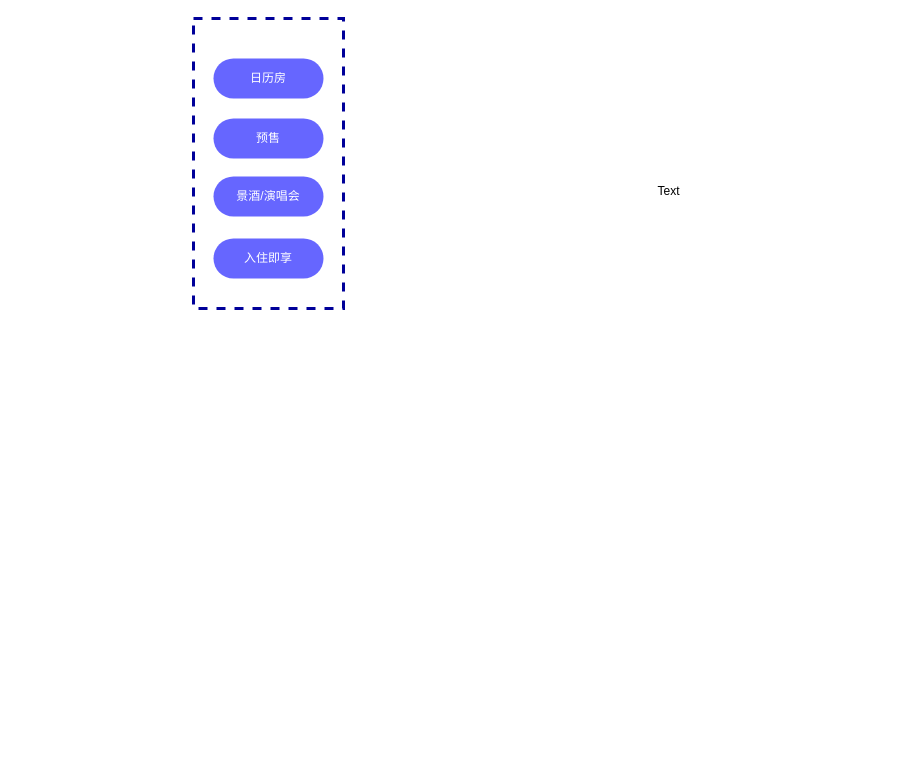
nbnbnb/Draw keeps this draw.io diagram as 商品统一架构.drawio. Above is the earlier version. Source tidied: cells renumbered, new cells numbered last; positions are measured from the earlier drawing's top-left corner, leaving out a move shared by most shapes. Both pictures are drawn from the tidied source at 100%, with x=0, y=0 at pixel (193, 18).
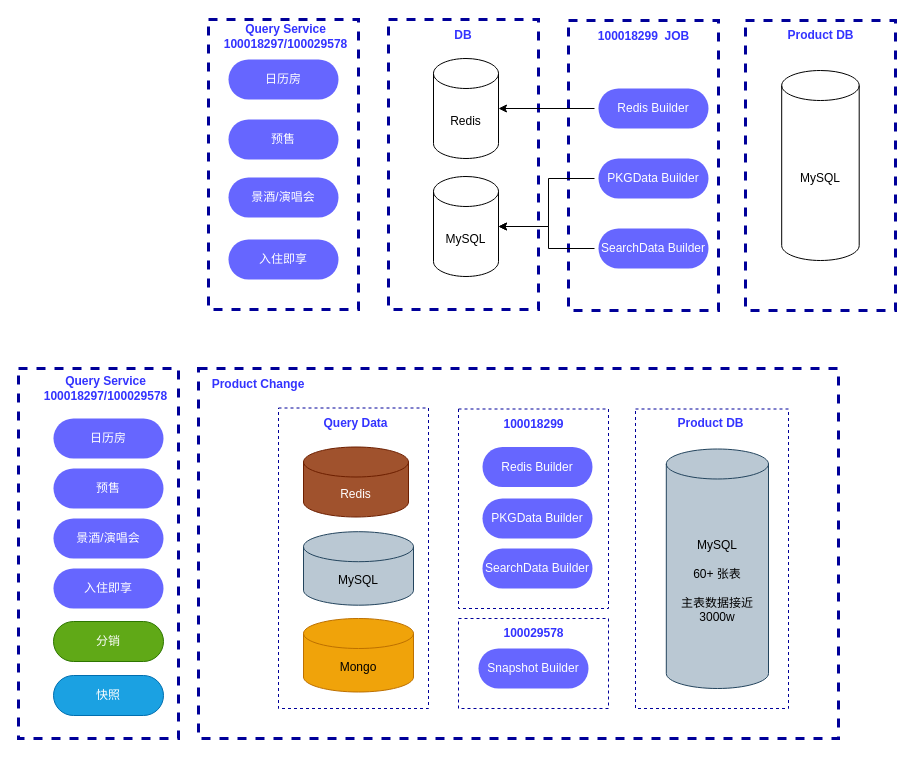
After the change.

Commit message (it also covers changes not shown here):
更新商品统一架构.drawio

Change to the diagram source:
```diff
@@
+    <mxCell id="8" style="rounded=0;whiteSpace=wrap;html=1;fillColor=none;dashed=1;strokeWidth=3;strokeColor=#000099;" parent="1" vertex="1">
+      <mxGeometry x="5" y="350" width="640" height="370" as="geometry" />
+    </mxCell>
     <mxCell id="2" style="rounded=0;whiteSpace=wrap;html=1;fillColor=none;dashed=1;strokeWidth=3;strokeColor=#000099;" parent="1" vertex="1">
-      <mxGeometry width="150" height="290" as="geometry" />
+      <mxGeometry x="-175" y="350" width="160" height="370" as="geometry" />
     </mxCell>
     <mxCell id="3" value="&lt;font color=&quot;#ffffff&quot;&gt;日历房&lt;/font&gt;" style="rounded=1;whiteSpace=wrap;html=1;perimeterSpacing=4;fillColor=#6666FF;strokeColor=none;strokeWidth=1;arcSize=50;imageAspect=0;" parent="1" vertex="1">
-      <mxGeometry x="20" y="40" width="110" height="40" as="geometry" />
+      <mxGeometry x="-140" y="400" width="110" height="40" as="geometry" />
     </mxCell>
-    <mxCell id="4" value="Text" style="text;html=1;align=center;verticalAlign=middle;strokeColor=none;fillColor=none;" parent="1" vertex="1">
-      <mxGeometry x="450" y="158" width="50" height="30" as="geometry" />
-    </mxCell>
     <mxCell id="5" value="&lt;font color=&quot;#ffffff&quot;&gt;预售&lt;/font&gt;" style="rounded=1;whiteSpace=wrap;html=1;perimeterSpacing=4;fillColor=#6666FF;strokeColor=none;strokeWidth=1;arcSize=50;imageAspect=0;" parent="1" vertex="1">
-      <mxGeometry x="20" y="100" width="110" height="40" as="geometry" />
+      <mxGeometry x="-140" y="450" width="110" height="40" as="geometry" />
     </mxCell>
     <mxCell id="6" value="&lt;font color=&quot;#ffffff&quot;&gt;景酒/演唱会&lt;/font&gt;" style="rounded=1;whiteSpace=wrap;html=1;perimeterSpacing=4;fillColor=#6666FF;strokeColor=none;strokeWidth=1;arcSize=50;imageAspect=0;" parent="1" vertex="1">
-      <mxGeometry x="20" y="158" width="110" height="40" as="geometry" />
+      <mxGeometry x="-140" y="500" width="110" height="40" as="geometry" />
     </mxCell>
     <mxCell id="7" value="&lt;font color=&quot;#ffffff&quot;&gt;入住即享&lt;/font&gt;" style="rounded=1;whiteSpace=wrap;html=1;perimeterSpacing=4;fillColor=#6666FF;strokeColor=none;strokeWidth=1;arcSize=50;imageAspect=0;" parent="1" vertex="1">
-      <mxGeometry x="20" y="220" width="110" height="40" as="geometry" />
+      <mxGeometry x="-140" y="550" width="110" height="40" as="geometry" />
     </mxCell>
+    <mxCell id="9" value="Query Service&lt;div&gt;100018297/100029578&lt;/div&gt;" style="text;html=1;align=center;verticalAlign=middle;whiteSpace=wrap;rounded=0;fontStyle=1;fontSize=12;fillColor=none;fontColor=#3333FF;" parent="1" vertex="1">
+      <mxGeometry x="-140" y="355.8" width="105" height="29" as="geometry" />
+    </mxCell>
+    <mxCell id="10" style="rounded=0;whiteSpace=wrap;html=1;fillColor=none;dashed=1;strokeWidth=3;strokeColor=#000099;" parent="1" vertex="1">
+      <mxGeometry x="195" y="1" width="150" height="290" as="geometry" />
+    </mxCell>
+    <mxCell id="11" value="Redis" style="shape=cylinder3;whiteSpace=wrap;html=1;boundedLbl=1;backgroundOutline=1;size=15;" parent="1" vertex="1">
+      <mxGeometry x="240" y="40" width="65" height="100" as="geometry" />
+    </mxCell>
+    <mxCell id="12" value="DB" style="text;html=1;align=center;verticalAlign=middle;whiteSpace=wrap;rounded=0;fontColor=#3333FF;fontStyle=1;fontSize=12;" parent="1" vertex="1">
+      <mxGeometry x="240" y="2" width="60" height="30" as="geometry" />
+    </mxCell>
+    <mxCell id="13" style="rounded=0;whiteSpace=wrap;html=1;fillColor=none;dashed=1;strokeWidth=3;strokeColor=#000099;" parent="1" vertex="1">
+      <mxGeometry x="375" y="2" width="150" height="290" as="geometry" />
+    </mxCell>
+    <mxCell id="14" value="100018299&amp;nbsp; JOB" style="text;html=1;align=center;verticalAlign=middle;whiteSpace=wrap;rounded=0;fontColor=#3333FF;fontStyle=1;fontSize=12;fontFamily=Helvetica;" parent="1" vertex="1">
+      <mxGeometry x="397.5" y="3" width="105" height="29" as="geometry" />
+    </mxCell>
+    <mxCell id="15" value="&lt;font color=&quot;#ffffff&quot;&gt;PKGData Builder&lt;/font&gt;" style="rounded=1;whiteSpace=wrap;html=1;perimeterSpacing=4;fillColor=#6666FF;strokeColor=none;strokeWidth=1;arcSize=50;imageAspect=0;" parent="1" vertex="1">
+      <mxGeometry x="405" y="140" width="110" height="40" as="geometry" />
+    </mxCell>
+    <mxCell id="16" style="edgeStyle=orthogonalEdgeStyle;rounded=0;jettySize=auto;html=1;" parent="1" edge="1" source="17" target="18">
+      <mxGeometry relative="1" as="geometry" />
+    </mxCell>
+    <mxCell id="17" value="&lt;font color=&quot;#ffffff&quot;&gt;SearchData Builder&lt;/font&gt;" style="rounded=1;whiteSpace=wrap;html=1;perimeterSpacing=4;fillColor=#6666FF;strokeColor=none;strokeWidth=1;arcSize=50;imageAspect=0;" parent="1" vertex="1">
+      <mxGeometry x="405" y="210" width="110" height="40" as="geometry" />
+    </mxCell>
+    <mxCell id="18" value="MySQL" style="shape=cylinder3;whiteSpace=wrap;html=1;boundedLbl=1;backgroundOutline=1;size=15;" parent="1" vertex="1">
+      <mxGeometry x="240" y="158" width="65" height="100" as="geometry" />
+    </mxCell>
+    <mxCell id="19" value="&lt;font color=&quot;#ffffff&quot;&gt;Redis Builder&lt;/font&gt;" style="rounded=1;whiteSpace=wrap;html=1;perimeterSpacing=4;fillColor=#6666FF;strokeColor=none;strokeWidth=1;arcSize=50;imageAspect=0;" parent="1" vertex="1">
+      <mxGeometry x="405" y="70" width="110" height="40" as="geometry" />
+    </mxCell>
+    <mxCell id="20" style="edgeStyle=orthogonalEdgeStyle;rounded=0;jettySize=auto;html=1;entryX=1;entryY=0.5;entryDx=0;entryDy=0;entryPerimeter=0;" parent="1" edge="1" source="19" target="11">
+      <mxGeometry relative="1" as="geometry" />
+    </mxCell>
+    <mxCell id="21" style="rounded=0;whiteSpace=wrap;html=1;fillColor=none;dashed=1;strokeWidth=3;strokeColor=#000099;" parent="1" vertex="1">
+      <mxGeometry x="552" y="2" width="150" height="290" as="geometry" />
+    </mxCell>
+    <mxCell id="22" value="MySQL" style="shape=cylinder3;whiteSpace=wrap;html=1;boundedLbl=1;backgroundOutline=1;size=15;" parent="1" vertex="1">
+      <mxGeometry x="588.2" y="52" width="77.5" height="190" as="geometry" />
+    </mxCell>
+    <mxCell id="23" value="Product DB" style="text;html=1;align=center;verticalAlign=middle;whiteSpace=wrap;rounded=0;fontColor=#3333FF;fontStyle=1;fontSize=12;" parent="1" vertex="1">
+      <mxGeometry x="574.5" y="2" width="105" height="29" as="geometry" />
+    </mxCell>
+    <mxCell id="24" style="edgeStyle=orthogonalEdgeStyle;rounded=0;jettySize=auto;html=1;entryX=1;entryY=0.5;entryDx=0;entryDy=0;entryPerimeter=0;" parent="1" edge="1" source="15" target="18">
+      <mxGeometry relative="1" as="geometry" />
+    </mxCell>
+    <mxCell id="25" style="rounded=0;whiteSpace=wrap;html=1;fillColor=none;dashed=1;strokeWidth=1;strokeColor=#000099;" parent="1" vertex="1">
+      <mxGeometry x="85" y="389.5" width="150" height="300.5" as="geometry" />
+    </mxCell>
+    <mxCell id="26" value="Redis" style="shape=cylinder3;whiteSpace=wrap;html=1;boundedLbl=1;backgroundOutline=1;size=15;fillColor=#a0522d;fontColor=#ffffff;strokeColor=#6D1F00;" parent="1" vertex="1">
+      <mxGeometry x="110" y="428.5" width="105" height="70" as="geometry" />
+    </mxCell>
+    <mxCell id="27" value="Query Data" style="text;html=1;align=center;verticalAlign=middle;whiteSpace=wrap;rounded=0;fontColor=#3333FF;fontStyle=1;fontSize=12;" parent="1" vertex="1">
+      <mxGeometry x="120" y="395.2" width="85" height="19.5" as="geometry" />
+    </mxCell>
+    <mxCell id="28" style="rounded=0;whiteSpace=wrap;html=1;fillColor=none;dashed=1;strokeWidth=1;strokeColor=#000099;" parent="1" vertex="1">
+      <mxGeometry x="265" y="390.5" width="150" height="199.5" as="geometry" />
+    </mxCell>
+    <mxCell id="29" value="100018299" style="text;html=1;align=center;verticalAlign=middle;whiteSpace=wrap;rounded=0;fontColor=#3333FF;fontStyle=1;fontSize=12;" parent="1" vertex="1">
+      <mxGeometry x="287.5" y="391.5" width="105" height="29" as="geometry" />
+    </mxCell>
+    <mxCell id="30" value="&lt;font color=&quot;#ffffff&quot;&gt;PKGData Builder&lt;/font&gt;" style="rounded=1;whiteSpace=wrap;html=1;perimeterSpacing=4;fillColor=#6666FF;strokeColor=none;strokeWidth=1;arcSize=50;imageAspect=0;" parent="1" vertex="1">
+      <mxGeometry x="289" y="480" width="110" height="40" as="geometry" />
+    </mxCell>
+    <mxCell id="31" value="&lt;font color=&quot;#ffffff&quot;&gt;SearchData Builder&lt;/font&gt;" style="rounded=1;whiteSpace=wrap;html=1;perimeterSpacing=4;fillColor=#6666FF;strokeColor=none;strokeWidth=1;arcSize=50;imageAspect=0;" parent="1" vertex="1">
+      <mxGeometry x="289" y="530" width="110" height="40" as="geometry" />
+    </mxCell>
+    <mxCell id="32" value="MySQL" style="shape=cylinder3;whiteSpace=wrap;html=1;boundedLbl=1;backgroundOutline=1;size=15;fillColor=#bac8d3;strokeColor=#23445d;" parent="1" vertex="1">
+      <mxGeometry x="110" y="513.2" width="110" height="73.5" as="geometry" />
+    </mxCell>
+    <mxCell id="33" value="&lt;font color=&quot;#ffffff&quot;&gt;Redis Builder&lt;/font&gt;" style="rounded=1;whiteSpace=wrap;html=1;perimeterSpacing=4;fillColor=#6666FF;strokeColor=none;strokeWidth=1;arcSize=50;imageAspect=0;" parent="1" vertex="1">
+      <mxGeometry x="289" y="428.5" width="110" height="40" as="geometry" />
+    </mxCell>
+    <mxCell id="34" style="rounded=0;whiteSpace=wrap;html=1;fillColor=none;dashed=1;strokeWidth=1;strokeColor=#000099;" parent="1" vertex="1">
+      <mxGeometry x="442" y="390.5" width="153" height="299.5" as="geometry" />
+    </mxCell>
+    <mxCell id="35" value="MySQL&lt;div&gt;&lt;br&gt;&lt;div&gt;60+ 张表&lt;/div&gt;&lt;div&gt;&lt;br&gt;&lt;/div&gt;&lt;div&gt;主表数据接近3000w&lt;/div&gt;&lt;/div&gt;" style="shape=cylinder3;whiteSpace=wrap;html=1;boundedLbl=1;backgroundOutline=1;size=15;fillColor=#bac8d3;strokeColor=#23445d;" parent="1" vertex="1">
+      <mxGeometry x="472.8" y="430.5" width="102.2" height="239.5" as="geometry" />
+    </mxCell>
+    <mxCell id="36" value="Product DB" style="text;html=1;align=center;verticalAlign=middle;whiteSpace=wrap;rounded=0;fontColor=#3333FF;fontStyle=1;fontSize=12;" parent="1" vertex="1">
+      <mxGeometry x="464.5" y="390.5" width="105" height="29" as="geometry" />
+    </mxCell>
+    <mxCell id="37" value="Product Change" style="text;html=1;align=center;verticalAlign=middle;whiteSpace=wrap;rounded=0;fontColor=#3333FF;fontStyle=1;fontSize=12;" parent="1" vertex="1">
+      <mxGeometry x="-15" y="355.8" width="160" height="19.5" as="geometry" />
+    </mxCell>
+    <mxCell id="38" style="rounded=0;whiteSpace=wrap;html=1;fillColor=none;dashed=1;strokeWidth=1;strokeColor=#000099;" parent="1" vertex="1">
+      <mxGeometry x="265" y="600" width="150" height="90" as="geometry" />
+    </mxCell>
+    <mxCell id="39" value="100029578" style="text;html=1;align=center;verticalAlign=middle;whiteSpace=wrap;rounded=0;fontColor=#3333FF;fontStyle=1;fontSize=12;" parent="1" vertex="1">
+      <mxGeometry x="280.5" y="600" width="119" height="30" as="geometry" />
+    </mxCell>
+    <mxCell id="40" value="&lt;font color=&quot;#ffffff&quot;&gt;Snapshot Builder&lt;/font&gt;" style="rounded=1;whiteSpace=wrap;html=1;perimeterSpacing=4;fillColor=#6666FF;strokeColor=none;strokeWidth=1;arcSize=50;imageAspect=0;" parent="1" vertex="1">
+      <mxGeometry x="285" y="630" width="110" height="40" as="geometry" />
+    </mxCell>
+    <mxCell id="41" value="Mongo" style="shape=cylinder3;whiteSpace=wrap;html=1;boundedLbl=1;backgroundOutline=1;size=15;fillColor=#f0a30a;fontColor=#000000;strokeColor=#BD7000;" parent="1" vertex="1">
+      <mxGeometry x="110" y="600" width="110" height="73.5" as="geometry" />
+    </mxCell>
+    <mxCell id="42" style="rounded=0;whiteSpace=wrap;html=1;fillColor=none;dashed=1;strokeWidth=3;strokeColor=#000099;" parent="1" vertex="1">
+      <mxGeometry x="15" y="1" width="150" height="290" as="geometry" />
+    </mxCell>
+    <mxCell id="43" value="&lt;font color=&quot;#ffffff&quot;&gt;日历房&lt;/font&gt;" style="rounded=1;whiteSpace=wrap;html=1;perimeterSpacing=4;fillColor=#6666FF;strokeColor=none;strokeWidth=1;arcSize=50;imageAspect=0;" parent="1" vertex="1">
+      <mxGeometry x="35" y="41" width="110" height="40" as="geometry" />
+    </mxCell>
+    <mxCell id="44" value="&lt;font color=&quot;#ffffff&quot;&gt;预售&lt;/font&gt;" style="rounded=1;whiteSpace=wrap;html=1;perimeterSpacing=4;fillColor=#6666FF;strokeColor=none;strokeWidth=1;arcSize=50;imageAspect=0;" parent="1" vertex="1">
+      <mxGeometry x="35" y="101" width="110" height="40" as="geometry" />
+    </mxCell>
+    <mxCell id="45" value="&lt;font color=&quot;#ffffff&quot;&gt;景酒/演唱会&lt;/font&gt;" style="rounded=1;whiteSpace=wrap;html=1;perimeterSpacing=4;fillColor=#6666FF;strokeColor=none;strokeWidth=1;arcSize=50;imageAspect=0;" parent="1" vertex="1">
+      <mxGeometry x="35" y="159" width="110" height="40" as="geometry" />
+    </mxCell>
+    <mxCell id="46" value="&lt;font color=&quot;#ffffff&quot;&gt;入住即享&lt;/font&gt;" style="rounded=1;whiteSpace=wrap;html=1;perimeterSpacing=4;fillColor=#6666FF;strokeColor=none;strokeWidth=1;arcSize=50;imageAspect=0;" parent="1" vertex="1">
+      <mxGeometry x="35" y="221" width="110" height="40" as="geometry" />
+    </mxCell>
+    <mxCell id="47" value="Query Service&lt;div&gt;100018297/100029578&lt;/div&gt;" style="text;html=1;align=center;verticalAlign=middle;whiteSpace=wrap;rounded=0;fontColor=#3333FF;fontStyle=1;fontSize=12;" parent="1" vertex="1">
+      <mxGeometry x="40" y="3" width="105" height="29" as="geometry" />
+    </mxCell>
+    <mxCell id="48" value="&lt;font color=&quot;#ffffff&quot;&gt;分销&lt;/font&gt;" style="rounded=1;whiteSpace=wrap;html=1;perimeterSpacing=4;fillColor=#60a917;strokeColor=#2D7600;strokeWidth=1;arcSize=50;imageAspect=0;fontColor=#ffffff;" parent="1" vertex="1">
+      <mxGeometry x="-140" y="603" width="110" height="40" as="geometry" />
+    </mxCell>
+    <mxCell id="49" value="&lt;font color=&quot;#ffffff&quot;&gt;快照&lt;/font&gt;" style="rounded=1;whiteSpace=wrap;html=1;perimeterSpacing=4;fillColor=#1ba1e2;strokeColor=#006EAF;strokeWidth=1;arcSize=50;imageAspect=0;fontColor=#ffffff;" parent="1" vertex="1">
+      <mxGeometry x="-140" y="657" width="110" height="40" as="geometry" />
+    </mxCell>
```
